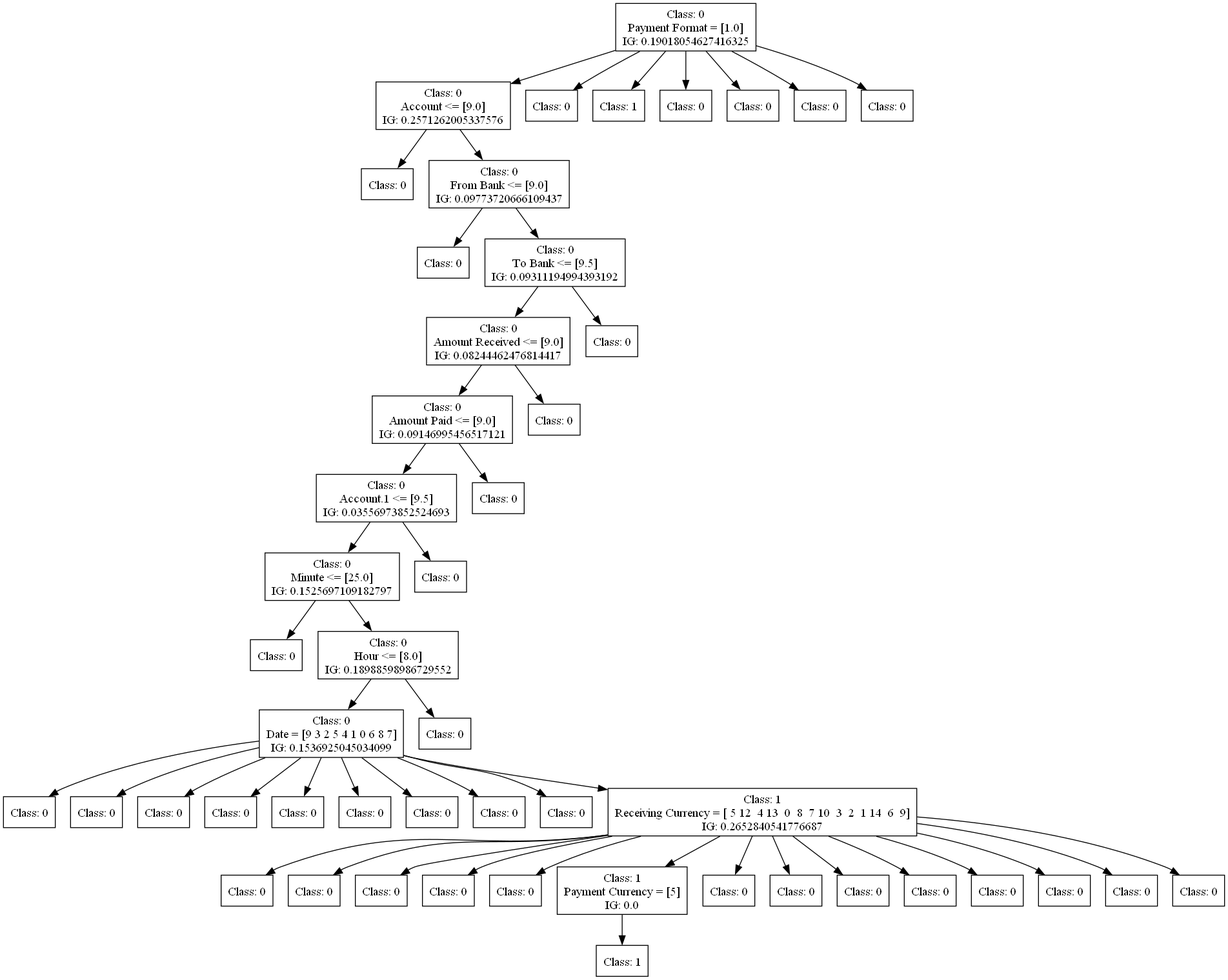
FedericoBruzzone/anti-money-laundering keeps this Graphviz diagram as dot_figs/tree-c45-oversampling.png. Above is the earlier version. Its source is kept beside it as dot_figs/tree-c45-oversampling.dot.
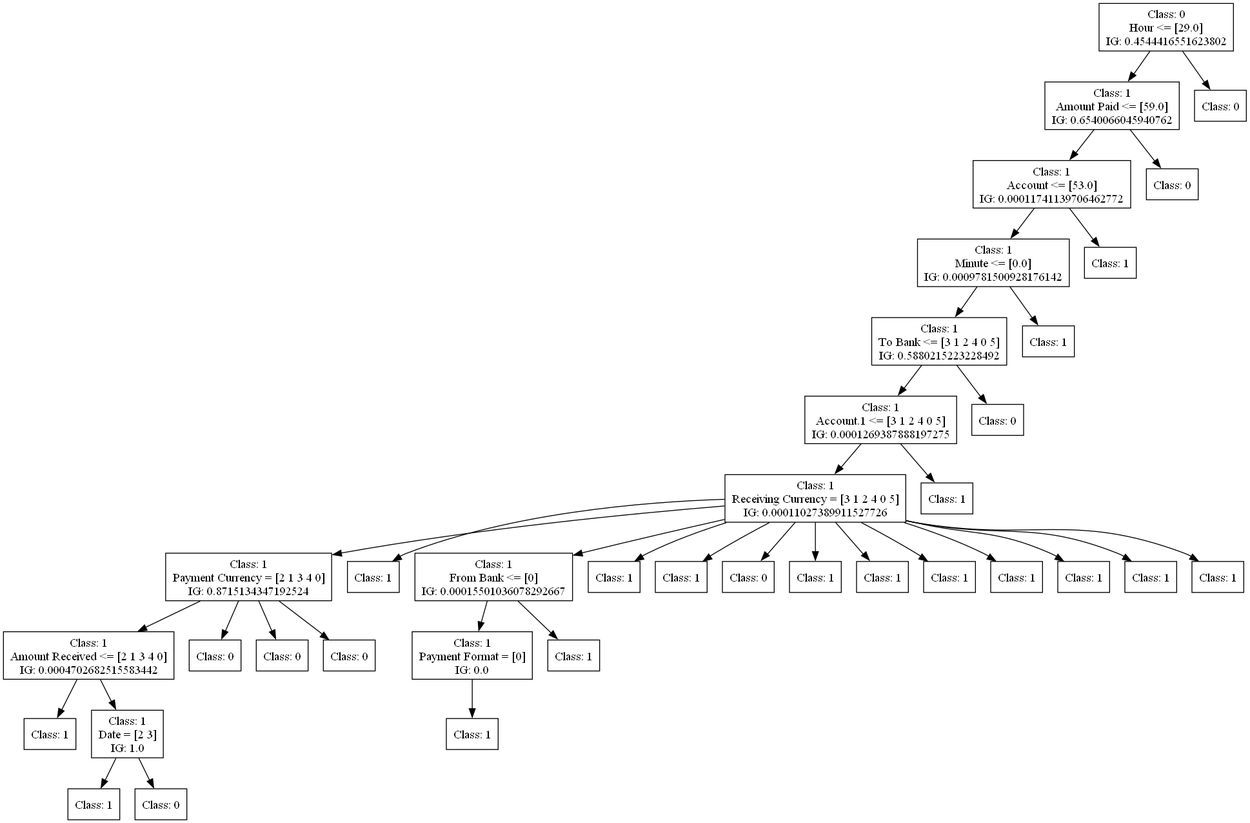
After the commit.

Diff of the diagram source:
```diff
@@ -1,162 +1,126 @@
 digraph DecisionTree {
 	rankdir=TD;
 	node [shape=box];
-	1901687963952 [label="Class: 0
-Payment Format = [1.0]
-IG: 0.19018054627416325"];
-	1901687692960 [label="Class: 0
-Account <= [9.0]
-IG: 0.2571262005337576"];
-	1901687963952 -> 1901687692960;
-	1901687693440 [label="Class: 0
+	1584933799008 [label="Class: 0
+Hour <= [29.0]
+IG: 0.4544416551623802"];
+	1585249491920 [label="Class: 1
+Amount Paid <= [59.0]
+IG: 0.6540066045940762"];
+	1584933799008 -> 1585249491920;
+	1585249490480 [label="Class: 1
+Account <= [53.0]
+IG: 0.00011741139706462772"];
+	1585249491920 -> 1585249490480;
+	1585249500512 [label="Class: 1
+Minute <= [0.0]
+IG: 0.0009781500928176142"];
+	1585249490480 -> 1585249500512;
+	1585507883168 [label="Class: 1
+To Bank <= [3 1 2 4 0 5]
+IG: 0.5880215223228492"];
+	1585249500512 -> 1585507883168;
+	1585507889744 [label="Class: 1
+Account.1 <= [3 1 2 4 0 5]
+IG: 0.0001269387888197275"];
+	1585507883168 -> 1585507889744;
+	1585440017280 [label="Class: 1
+Receiving Currency = [3 1 2 4 0 5]
+IG: 0.00011027389911527726"];
+	1585507889744 -> 1585440017280;
+	1585440023232 [label="Class: 1
+Payment Currency = [2 1 3 4 0]
+IG: 0.8715134347192524"];
+	1585440017280 -> 1585440023232;
+	1585440028416 [label="Class: 1
+Amount Received <= [2 1 3 4 0]
+IG: 0.0004702682515583442"];
+	1585440023232 -> 1585440028416;
+	1585440030288 [label="Class: 1
 "];
-	1901687692960 -> 1901687693440;
-	1901687693872 [label="Class: 0
-From Bank <= [9.0]
-IG: 0.09773720666109437"];
-	1901687692960 -> 1901687693872;
-	1901687693584 [label="Class: 0
+	1585440028416 -> 1585440030288;
+	1585440030384 [label="Class: 1
+Date = [2 3]
+IG: 1.0"];
+	1585440028416 -> 1585440030384;
+	1585440029088 [label="Class: 1
 "];
-	1901687693872 -> 1901687693584;
-	1901687694064 [label="Class: 0
-To Bank <= [9.5]
-IG: 0.09311194994393192"];
-	1901687693872 -> 1901687694064;
-	1901687693104 [label="Class: 0
-Amount Received <= [9.0]
-IG: 0.08244462476814417"];
-	1901687694064 -> 1901687693104;
-	1901687693056 [label="Class: 0
-Amount Paid <= [9.0]
-IG: 0.09146995456517121"];
-	1901687693104 -> 1901687693056;
-	1901687692384 [label="Class: 0
-Account.1 <= [9.5]
-IG: 0.03556973852524693"];
-	1901687693056 -> 1901687692384;
-	1901687691760 [label="Class: 0
-Minute <= [25.0]
-IG: 0.1525697109182797"];
-	1901687692384 -> 1901687691760;
-	1901687692048 [label="Class: 0
+	1585440030384 -> 1585440029088;
+	1585440028608 [label="Class: 0
 "];
-	1901687691760 -> 1901687692048;
-	1901687700640 [label="Class: 0
-Hour <= [8.0]
-IG: 0.18988598986729552"];
-	1901687691760 -> 1901687700640;
-	1901687692624 [label="Class: 0
-Date = [9 3 2 5 4 1 0 6 8 7]
-IG: 0.1536925045034099"];
-	1901687700640 -> 1901687692624;
-	1901687700928 [label="Class: 0
+	1585440030384 -> 1585440028608;
+	1585440028320 [label="Class: 0
 "];
-	1901687692624 -> 1901687700928;
-	1901687692144 [label="Class: 0
+	1585440023232 -> 1585440028320;
+	1585440024864 [label="Class: 0
 "];
-	1901687692624 -> 1901687692144;
-	1901687701072 [label="Class: 0
+	1585440023232 -> 1585440024864;
+	1585440027840 [label="Class: 0
 "];
-	1901687692624 -> 1901687701072;
-	1901687700736 [label="Class: 0
+	1585440023232 -> 1585440027840;
+	1585440023904 [label="Class: 1
 "];
-	1901687692624 -> 1901687700736;
-	1901687693968 [label="Class: 0
+	1585440017280 -> 1585440023904;
+	1585440021696 [label="Class: 1
+From Bank <= [0]
+IG: 0.00015501036078292667"];
+	1585440017280 -> 1585440021696;
+	1585432479968 [label="Class: 1
+Payment Format = [0]
+IG: 0.0"];
+	1585440021696 -> 1585432479968;
+	1585432480688 [label="Class: 1
 "];
-	1901687692624 -> 1901687693968;
-	1901687693488 [label="Class: 0
+	1585432479968 -> 1585432480688;
+	1585432480400 [label="Class: 1
 "];
-	1901687692624 -> 1901687693488;
-	1901687692576 [label="Class: 0
+	1585440021696 -> 1585432480400;
+	1585440023424 [label="Class: 1
 "];
-	1901687692624 -> 1901687692576;
-	1901687701312 [label="Class: 0
+	1585440017280 -> 1585440023424;
+	1585440022752 [label="Class: 1
 "];
-	1901687692624 -> 1901687701312;
-	1901687694016 [label="Class: 0
+	1585440017280 -> 1585440022752;
+	1585440022992 [label="Class: 0
 "];
-	1901687692624 -> 1901687694016;
-	1901687694112 [label="Class: 1
-Receiving Currency = [ 5 12  4 13  0  8  7 10  3  2  1 14  6  9]
-IG: 0.2652840541776687"];
-	1901687692624 -> 1901687694112;
-	1901687700064 [label="Class: 0
+	1585440017280 -> 1585440022992;
+	1585440023136 [label="Class: 1
 "];
-	1901687694112 -> 1901687700064;
-	1901687693728 [label="Class: 0
+	1585440017280 -> 1585440023136;
+	1585440023616 [label="Class: 1
 "];
-	1901687694112 -> 1901687693728;
-	1901687692336 [label="Class: 0
+	1585440017280 -> 1585440023616;
+	1585440023568 [label="Class: 1
 "];
-	1901687694112 -> 1901687692336;
-	1901687692096 [label="Class: 0
+	1585440017280 -> 1585440023568;
+	1585440024048 [label="Class: 1
 "];
-	1901687694112 -> 1901687692096;
-	1901687691952 [label="Class: 0
+	1585440017280 -> 1585440024048;
+	1585440024192 [label="Class: 1
 "];
-	1901687694112 -> 1901687691952;
-	1901687693344 [label="Class: 1
-Payment Currency = [5]
-IG: 0.0"];
-	1901687694112 -> 1901687693344;
-	1901687699392 [label="Class: 1
+	1585440017280 -> 1585440024192;
+	1585440024336 [label="Class: 1
 "];
-	1901687693344 -> 1901687699392;
-	1901687691904 [label="Class: 0
+	1585440017280 -> 1585440024336;
+	1585440024480 [label="Class: 1
 "];
-	1901687694112 -> 1901687691904;
-	1901687692816 [label="Class: 0
+	1585440017280 -> 1585440024480;
+	1585440017712 [label="Class: 1
 "];
-	1901687694112 -> 1901687692816;
-	1901687691664 [label="Class: 0
+	1585507889744 -> 1585440017712;
+	1585507890176 [label="Class: 0
 "];
-	1901687694112 -> 1901687691664;
-	1901687700688 [label="Class: 0
+	1585507883168 -> 1585507890176;
+	1585507883600 [label="Class: 1
 "];
-	1901687694112 -> 1901687700688;
-	1901687700544 [label="Class: 0
+	1585249500512 -> 1585507883600;
+	1585249500944 [label="Class: 1
 "];
-	1901687694112 -> 1901687700544;
-	1901687700256 [label="Class: 0
+	1585249490480 -> 1585249500944;
+	1585249485920 [label="Class: 0
 "];
-	1901687694112 -> 1901687700256;
-	1901687700352 [label="Class: 0
+	1585249491920 -> 1585249485920;
+	1585249493648 [label="Class: 0
 "];
-	1901687694112 -> 1901687700352;
-	1901687692240 [label="Class: 0
-"];
-	1901687694112 -> 1901687692240;
-	1901687700448 [label="Class: 0
-"];
-	1901687700640 -> 1901687700448;
-	1901687700832 [label="Class: 0
-"];
-	1901687692384 -> 1901687700832;
-	1901687701024 [label="Class: 0
-"];
-	1901687693056 -> 1901687701024;
-	1901687701216 [label="Class: 0
-"];
-	1901687693104 -> 1901687701216;
-	1901687701408 [label="Class: 0
-"];
-	1901687694064 -> 1901687701408;
-	1901687693296 [label="Class: 0
-"];
-	1901687963952 -> 1901687693296;
-	1901687692000 [label="Class: 1
-"];
-	1901687963952 -> 1901687692000;
-	1901687622384 [label="Class: 0
-"];
-	1901687963952 -> 1901687622384;
-	1901687692720 [label="Class: 0
-"];
-	1901687963952 -> 1901687692720;
-	1901687691616 [label="Class: 0
-"];
-	1901687963952 -> 1901687691616;
-	1901687692768 [label="Class: 0
-"];
-	1901687963952 -> 1901687692768;
+	1584933799008 -> 1585249493648;
 }
```
